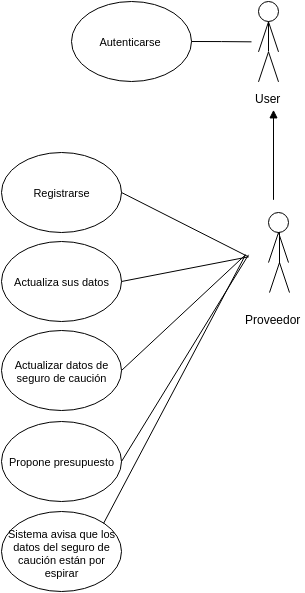
The draw.io diagram latex/imagenes/CasosDeUsoProveedor.png in FlyingPumba/tp2-inge1, before a commit. Source tidied: cells renumbered, new cells last; positions are measured from the earlier drawing's top-left corner, leaving out a move shared by most shapes. The source it was exported from:
```xml
<mxGraphModel background="#ffffff">
  <root>
    <mxCell id="0" />
    <mxCell id="1" parent="0" />
    <mxCell id="2" style="ellipse;whiteSpace=wrap;html=1;" parent="1" vertex="1">
      <mxGeometry x="267" y="211.1" width="20" height="20" as="geometry" />
    </mxCell>
    <mxCell id="3" style="edgeStyle=orthogonalEdgeStyle;rounded=0;html=1;exitX=0.5;exitY=1;endArrow=none;endFill=0;jettySize=auto;" parent="1" edge="1" source="2">
      <mxGeometry x="1988.4" y="-2339.1" as="geometry">
        <mxPoint x="278" y="262" as="targetPoint" />
      </mxGeometry>
    </mxCell>
    <mxCell id="4" style="endArrow=none;html=1;endFill=0;" parent="1" edge="1">
      <mxGeometry x="1988" y="-2338.9" as="geometry">
        <mxPoint x="277" y="231.1" as="sourcePoint" />
        <mxPoint x="287" y="261.1" as="targetPoint" />
      </mxGeometry>
    </mxCell>
    <mxCell id="5" style="endArrow=none;html=1;endFill=0;" parent="1" edge="1">
      <mxGeometry x="1989" y="-2308.9" as="geometry">
        <mxPoint x="278" y="261.1" as="sourcePoint" />
        <mxPoint x="288" y="291.1" as="targetPoint" />
      </mxGeometry>
    </mxCell>
    <mxCell id="6" style="endArrow=none;html=1;endFill=0;" parent="1" edge="1">
      <mxGeometry x="1978" y="-2338.9" as="geometry">
        <mxPoint x="267" y="261.1" as="sourcePoint" />
        <mxPoint x="277" y="231.1" as="targetPoint" />
      </mxGeometry>
    </mxCell>
    <mxCell id="7" style="endArrow=none;html=1;endFill=0;" parent="1" edge="1">
      <mxGeometry x="1979" y="-2308.9" as="geometry">
        <mxPoint x="268" y="291.1" as="sourcePoint" />
        <mxPoint x="278" y="261.1" as="targetPoint" />
      </mxGeometry>
    </mxCell>
    <mxCell id="8" value="Proveedor" style="text;html=1;align=left;verticalAlign=top;spacingTop=-4;" parent="1" vertex="1">
      <mxGeometry x="242" y="308.9" width="60" height="20" as="geometry" />
    </mxCell>
    <mxCell id="9" value="&lt;span&gt;Actualizar datos de seguro de caución&lt;/span&gt;&lt;br&gt;" style="ellipse;whiteSpace=wrap;html=1;fontSize=11;" parent="1" vertex="1">
      <mxGeometry y="329.2" width="120" height="80" as="geometry" />
    </mxCell>
    <mxCell id="10" value="&lt;span&gt;Sistema avisa que los datos del seguro de caución están por espirar&lt;/span&gt;&lt;br&gt;" style="ellipse;whiteSpace=wrap;html=1;fontSize=11;" parent="1" vertex="1">
      <mxGeometry y="510.3" width="120" height="80" as="geometry" />
    </mxCell>
    <mxCell id="11" style="edgeStyle=none;rounded=0;html=1;exitX=1;exitY=0.5;endArrow=none;endFill=0;jettySize=auto;" parent="1" edge="1" source="9">
      <mxGeometry x="1831" y="-2316.7" as="geometry">
        <mxPoint x="244" y="253.3" as="targetPoint" />
      </mxGeometry>
    </mxCell>
    <mxCell id="12" style="endArrow=none;html=1;endFill=0;exitX=1;exitY=0;" parent="1" edge="1" source="10">
      <mxGeometry x="1813" y="-2316.7" as="geometry">
        <mxPoint x="244" y="253.3" as="targetPoint" />
      </mxGeometry>
    </mxCell>
    <mxCell id="13" value="&lt;span&gt;Registrarse&lt;/span&gt;&lt;br&gt;" style="ellipse;whiteSpace=wrap;html=1;fontSize=11;" parent="1" vertex="1">
      <mxGeometry y="151.2" width="120" height="80" as="geometry" />
    </mxCell>
    <mxCell id="14" style="edgeStyle=none;rounded=0;html=1;exitX=1;exitY=0.5;startArrow=none;startFill=0;endArrow=none;endFill=0;jettySize=auto;" parent="1" edge="1" source="13">
      <mxGeometry x="1831" y="-2378.7" as="geometry">
        <mxPoint x="247" y="255.3" as="targetPoint" />
      </mxGeometry>
    </mxCell>
    <mxCell id="15" value="&lt;span&gt;Propone presupuesto&lt;/span&gt;&lt;br&gt;" style="ellipse;whiteSpace=wrap;html=1;fontSize=11;" parent="1" vertex="1">
      <mxGeometry y="420.2" width="120" height="80" as="geometry" />
    </mxCell>
    <mxCell id="16" style="edgeStyle=none;rounded=0;html=1;exitX=1;exitY=0.5;endArrow=none;endFill=0;jettySize=auto;" parent="1" edge="1" source="15">
      <mxGeometry x="1831" y="-2316.7" as="geometry">
        <mxPoint x="247" y="253.3" as="targetPoint" />
      </mxGeometry>
    </mxCell>
    <mxCell id="17" value="&lt;span&gt;Actualiza sus datos&lt;/span&gt;&lt;br&gt;" style="ellipse;whiteSpace=wrap;html=1;fontSize=11;" parent="1" vertex="1">
      <mxGeometry y="240.2" width="120" height="80" as="geometry" />
    </mxCell>
    <mxCell id="18" style="edgeStyle=none;rounded=0;html=1;exitX=1;exitY=0.5;endArrow=none;endFill=0;jettySize=auto;" parent="1" edge="1" source="17">
      <mxGeometry x="1831" y="-2314.7" as="geometry">
        <mxPoint x="247" y="255.3" as="targetPoint" />
      </mxGeometry>
    </mxCell>
    <mxCell id="19" style="ellipse;whiteSpace=wrap;html=1;" parent="1" vertex="1">
      <mxGeometry x="257" y="0.4" width="20" height="20" as="geometry" />
    </mxCell>
    <mxCell id="20" style="edgeStyle=orthogonalEdgeStyle;rounded=0;html=1;exitX=0.5;exitY=1;endArrow=none;endFill=0;jettySize=auto;" parent="1" edge="1" source="19">
      <mxGeometry x="1978.4" y="-2549.8" as="geometry">
        <mxPoint x="267" y="50" as="targetPoint" />
      </mxGeometry>
    </mxCell>
    <mxCell id="21" style="endArrow=none;html=1;endFill=0;" parent="1" edge="1">
      <mxGeometry x="1978" y="-2549.6" as="geometry">
        <mxPoint x="267" y="20.4" as="sourcePoint" />
        <mxPoint x="277" y="50.4" as="targetPoint" />
      </mxGeometry>
    </mxCell>
    <mxCell id="22" style="endArrow=none;html=1;endFill=0;" parent="1" edge="1">
      <mxGeometry x="1978" y="-2519.6" as="geometry">
        <mxPoint x="267" y="50.4" as="sourcePoint" />
        <mxPoint x="277" y="80.4" as="targetPoint" />
      </mxGeometry>
    </mxCell>
    <mxCell id="23" style="endArrow=none;html=1;endFill=0;" parent="1" edge="1">
      <mxGeometry x="1968" y="-2549.6" as="geometry">
        <mxPoint x="257" y="50.4" as="sourcePoint" />
        <mxPoint x="267" y="20.4" as="targetPoint" />
      </mxGeometry>
    </mxCell>
    <mxCell id="24" style="endArrow=none;html=1;endFill=0;" parent="1" edge="1">
      <mxGeometry x="1968" y="-2519.6" as="geometry">
        <mxPoint x="257" y="80.4" as="sourcePoint" />
        <mxPoint x="267" y="50.4" as="targetPoint" />
      </mxGeometry>
    </mxCell>
    <mxCell id="25" value="User" style="text;html=1;align=left;verticalAlign=top;spacingTop=-4;" parent="1" vertex="1">
      <mxGeometry x="252" y="88.2" width="40" height="20" as="geometry" />
    </mxCell>
    <mxCell id="26" style="endArrow=none;html=1;fontSize=15;endFill=0;startArrow=block;startFill=1;" parent="1" edge="1">
      <mxGeometry x="1983" y="-2461.7" as="geometry">
        <mxPoint x="272" y="108.3" as="sourcePoint" />
        <mxPoint x="272" y="198.3" as="targetPoint" />
      </mxGeometry>
    </mxCell>
    <mxCell id="27" value="&lt;span&gt;Autenticarse&amp;nbsp;&lt;/span&gt;&lt;br&gt;" style="ellipse;whiteSpace=wrap;html=1;fontSize=11;" parent="1" vertex="1">
      <mxGeometry x="70" y="0.3" width="120" height="80" as="geometry" />
    </mxCell>
    <mxCell id="28" style="edgeStyle=orthogonalEdgeStyle;curved=1;rounded=0;html=1;exitX=1;exitY=0.5;startArrow=none;startFill=0;endArrow=none;endFill=0;jettySize=auto;fontSize=15;" parent="1" edge="1" source="27">
      <mxGeometry x="1901" y="-2529.7" as="geometry">
        <mxPoint x="250" y="40.3" as="targetPoint" />
      </mxGeometry>
    </mxCell>
  </root>
</mxGraphModel>
```
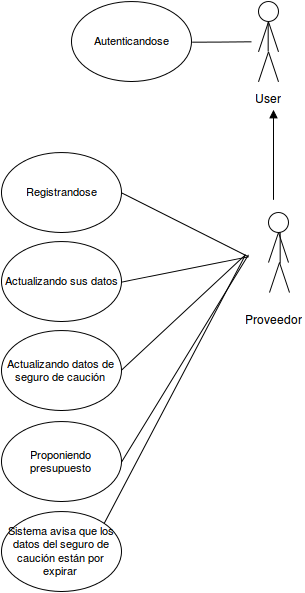
After the commit.

Commit message:
Nuevas vistas Casos de uso

What changed in the source:
```diff
@@ -7,7 +7,7 @@
     </mxCell>
     <mxCell id="3" style="edgeStyle=orthogonalEdgeStyle;rounded=0;html=1;exitX=0.5;exitY=1;endArrow=none;endFill=0;jettySize=auto;" parent="1" edge="1" source="2">
       <mxGeometry x="1988.4" y="-2339.1" as="geometry">
-        <mxPoint x="278" y="262" as="targetPoint" />
+        <mxPoint x="278.7" y="262" as="targetPoint" />
       </mxGeometry>
     </mxCell>
     <mxCell id="4" style="endArrow=none;html=1;endFill=0;" parent="1" edge="1">
@@ -37,10 +37,10 @@
     <mxCell id="8" value="Proveedor" style="text;html=1;align=left;verticalAlign=top;spacingTop=-4;" parent="1" vertex="1">
       <mxGeometry x="242" y="308.9" width="60" height="20" as="geometry" />
     </mxCell>
-    <mxCell id="9" value="&lt;span&gt;Actualizar datos de seguro de caución&lt;/span&gt;&lt;br&gt;" style="ellipse;whiteSpace=wrap;html=1;fontSize=11;" parent="1" vertex="1">
+    <mxCell id="9" value="&lt;span&gt;Actualizando datos de seguro de caución&lt;/span&gt;&lt;br&gt;" style="ellipse;whiteSpace=wrap;html=1;fontSize=11;" parent="1" vertex="1">
       <mxGeometry y="329.2" width="120" height="80" as="geometry" />
     </mxCell>
-    <mxCell id="10" value="&lt;span&gt;Sistema avisa que los datos del seguro de caución están por espirar&lt;/span&gt;&lt;br&gt;" style="ellipse;whiteSpace=wrap;html=1;fontSize=11;" parent="1" vertex="1">
+    <mxCell id="10" value="&lt;span&gt;Sistema avisa que los datos del seguro de caución están por expirar&lt;/span&gt;&lt;br&gt;" style="ellipse;whiteSpace=wrap;html=1;fontSize=11;" parent="1" vertex="1">
       <mxGeometry y="510.3" width="120" height="80" as="geometry" />
     </mxCell>
     <mxCell id="11" style="edgeStyle=none;rounded=0;html=1;exitX=1;exitY=0.5;endArrow=none;endFill=0;jettySize=auto;" parent="1" edge="1" source="9">
@@ -53,7 +53,7 @@
         <mxPoint x="244" y="253.3" as="targetPoint" />
       </mxGeometry>
     </mxCell>
-    <mxCell id="13" value="&lt;span&gt;Registrarse&lt;/span&gt;&lt;br&gt;" style="ellipse;whiteSpace=wrap;html=1;fontSize=11;" parent="1" vertex="1">
+    <mxCell id="13" value="&lt;span&gt;Registrando&lt;/span&gt;se" style="ellipse;whiteSpace=wrap;html=1;fontSize=11;" parent="1" vertex="1">
       <mxGeometry y="151.2" width="120" height="80" as="geometry" />
     </mxCell>
     <mxCell id="14" style="edgeStyle=none;rounded=0;html=1;exitX=1;exitY=0.5;startArrow=none;startFill=0;endArrow=none;endFill=0;jettySize=auto;" parent="1" edge="1" source="13">
@@ -61,7 +61,7 @@
         <mxPoint x="247" y="255.3" as="targetPoint" />
       </mxGeometry>
     </mxCell>
-    <mxCell id="15" value="&lt;span&gt;Propone presupuesto&lt;/span&gt;&lt;br&gt;" style="ellipse;whiteSpace=wrap;html=1;fontSize=11;" parent="1" vertex="1">
+    <mxCell id="15" value="&lt;span&gt;Proponiendo presupuesto&lt;/span&gt;&lt;br&gt;" style="ellipse;whiteSpace=wrap;html=1;fontSize=11;" parent="1" vertex="1">
       <mxGeometry y="420.2" width="120" height="80" as="geometry" />
     </mxCell>
     <mxCell id="16" style="edgeStyle=none;rounded=0;html=1;exitX=1;exitY=0.5;endArrow=none;endFill=0;jettySize=auto;" parent="1" edge="1" source="15">
@@ -69,7 +69,7 @@
         <mxPoint x="247" y="253.3" as="targetPoint" />
       </mxGeometry>
     </mxCell>
-    <mxCell id="17" value="&lt;span&gt;Actualiza sus datos&lt;/span&gt;&lt;br&gt;" style="ellipse;whiteSpace=wrap;html=1;fontSize=11;" parent="1" vertex="1">
+    <mxCell id="17" value="&lt;span&gt;Actualizando sus datos&lt;/span&gt;&lt;br&gt;" style="ellipse;whiteSpace=wrap;html=1;fontSize=11;" parent="1" vertex="1">
       <mxGeometry y="240.2" width="120" height="80" as="geometry" />
     </mxCell>
     <mxCell id="18" style="edgeStyle=none;rounded=0;html=1;exitX=1;exitY=0.5;endArrow=none;endFill=0;jettySize=auto;" parent="1" edge="1" source="17">
@@ -82,7 +82,7 @@
     </mxCell>
     <mxCell id="20" style="edgeStyle=orthogonalEdgeStyle;rounded=0;html=1;exitX=0.5;exitY=1;endArrow=none;endFill=0;jettySize=auto;" parent="1" edge="1" source="19">
       <mxGeometry x="1978.4" y="-2549.8" as="geometry">
-        <mxPoint x="267" y="50" as="targetPoint" />
+        <mxPoint x="266.7" y="50" as="targetPoint" />
       </mxGeometry>
     </mxCell>
     <mxCell id="21" style="endArrow=none;html=1;endFill=0;" parent="1" edge="1">
@@ -118,7 +118,7 @@
         <mxPoint x="272" y="198.3" as="targetPoint" />
       </mxGeometry>
     </mxCell>
-    <mxCell id="27" value="&lt;span&gt;Autenticarse&amp;nbsp;&lt;/span&gt;&lt;br&gt;" style="ellipse;whiteSpace=wrap;html=1;fontSize=11;" parent="1" vertex="1">
+    <mxCell id="27" value="&lt;span&gt;Autenticandose&lt;/span&gt;" style="ellipse;whiteSpace=wrap;html=1;fontSize=11;" parent="1" vertex="1">
       <mxGeometry x="70" y="0.3" width="120" height="80" as="geometry" />
     </mxCell>
     <mxCell id="28" style="edgeStyle=orthogonalEdgeStyle;curved=1;rounded=0;html=1;exitX=1;exitY=0.5;startArrow=none;startFill=0;endArrow=none;endFill=0;jettySize=auto;fontSize=15;" parent="1" edge="1" source="27">
```
